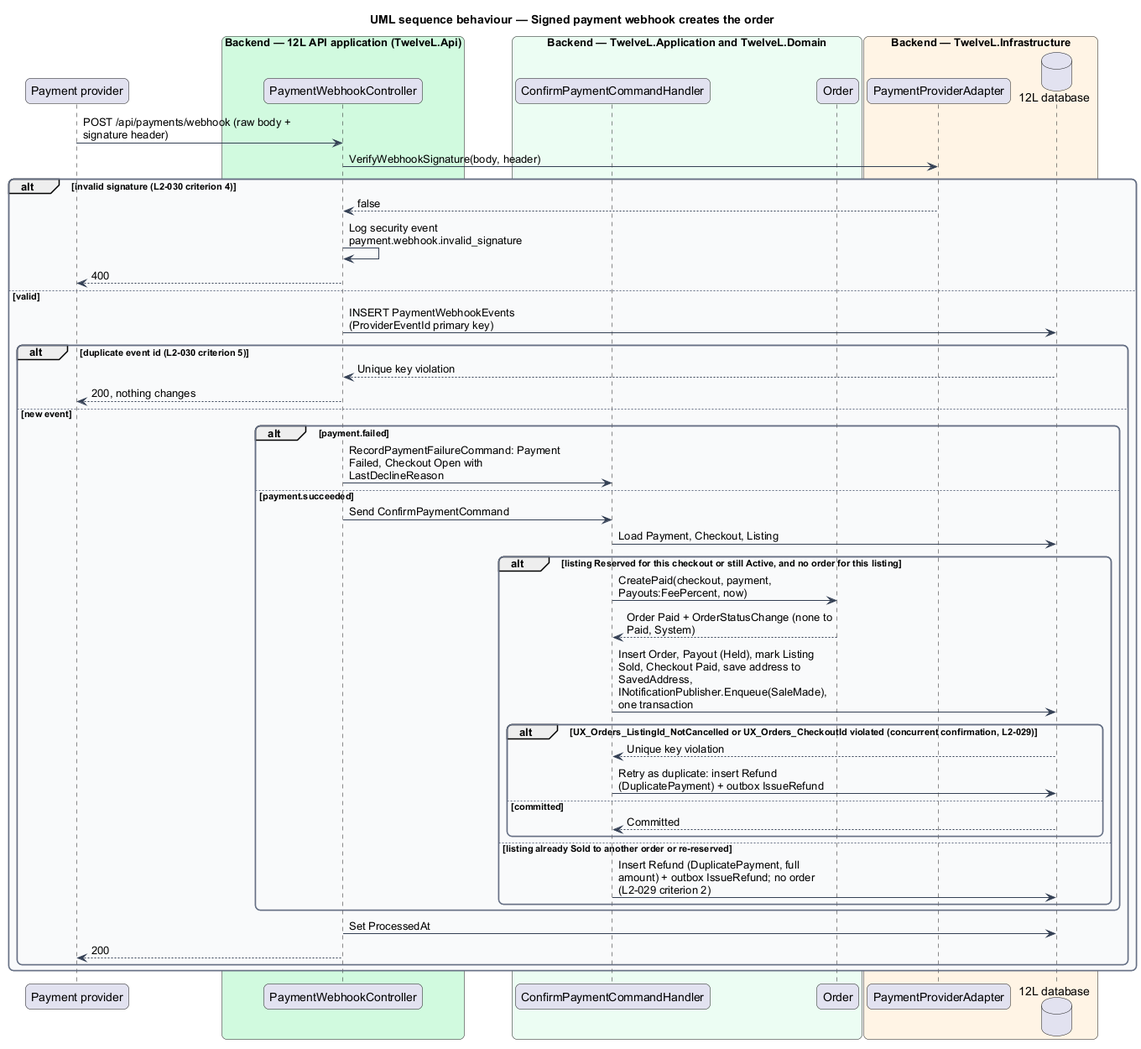
Before: docs/detailed-designs/orders/checkout-and-pay/diagrams/sequence-payment-webhook.png, a diagram exported from PlantUML (QuinntyneBrown/12l). The source it was exported from:
```plantuml
@startuml
title UML sequence behaviour — Signed payment webhook creates the order
skinparam backgroundColor #FFFFFF
skinparam shadowing false
skinparam roundcorner 12
skinparam defaultFontName Arial
skinparam ArrowColor #344054
skinparam rectangle {
  BorderColor #344054
  FontColor #101828
}
skinparam package {
  BorderColor #667085
  FontColor #101828
  BackgroundColor #F9FAFB
}
skinparam sequenceMessageAlign left
skinparam maxMessageSize 260
participant "Payment provider" as pay
box "Backend — 12L API application (TwelveL.Api)" #D1FADF
  participant "PaymentWebhookController" as wh
end box
box "Backend — TwelveL.Application and TwelveL.Domain" #ECFDF3
  participant "ConfirmPaymentCommandHandler" as h
  participant "Order" as order
end box
box "Backend — TwelveL.Infrastructure" #FFF4E5
  participant "PaymentProviderAdapter" as ppa
  database "12L database" as db
end box
pay -> wh : POST /api/payments/webhook (raw body + signature header)
wh -> ppa : VerifyWebhookSignature(body, header)
alt invalid signature (L2-030 criterion 4)
  ppa --> wh : false
  wh -> wh : Log security event payment.webhook.invalid_signature
  wh --> pay : 400
else valid
  wh -> db : INSERT PaymentWebhookEvents (ProviderEventId primary key)
  alt duplicate event id (L2-030 criterion 5)
    db --> wh : Unique key violation
    wh --> pay : 200, nothing changes
  else new event
    alt payment.failed
      wh -> h : RecordPaymentFailureCommand: Payment Failed, Checkout Open with LastDeclineReason
    else payment.succeeded
      wh -> h : Send ConfirmPaymentCommand
      h -> db : Load Payment, Checkout, Listing
      alt listing Reserved for this checkout or still Active, and no order for this listing
        h -> order : CreatePaid(checkout, payment, Payouts:FeePercent, now)
        order --> h : Order Paid + OrderStatusChange (none to Paid, System)
        h -> db : Insert Order, Payout (Held), mark Listing Sold, Checkout Paid, save address to SavedAddress, INotificationPublisher.Enqueue(SaleMade), one transaction
        alt UX_Orders_ListingId_NotCancelled or UX_Orders_CheckoutId violated (concurrent confirmation, L2-029)
          db --> h : Unique key violation
          h -> db : Retry as duplicate: insert Refund (DuplicatePayment) + outbox IssueRefund
        else committed
          db --> h : Committed
        end
      else listing already Sold to another order or re-reserved
        h -> db : Insert Refund (DuplicatePayment, full amount) + outbox IssueRefund; no order (L2-029 criterion 2)
      end
    end
    wh -> db : Set ProcessedAt
    wh --> pay : 200
  end
end
@enduml
```
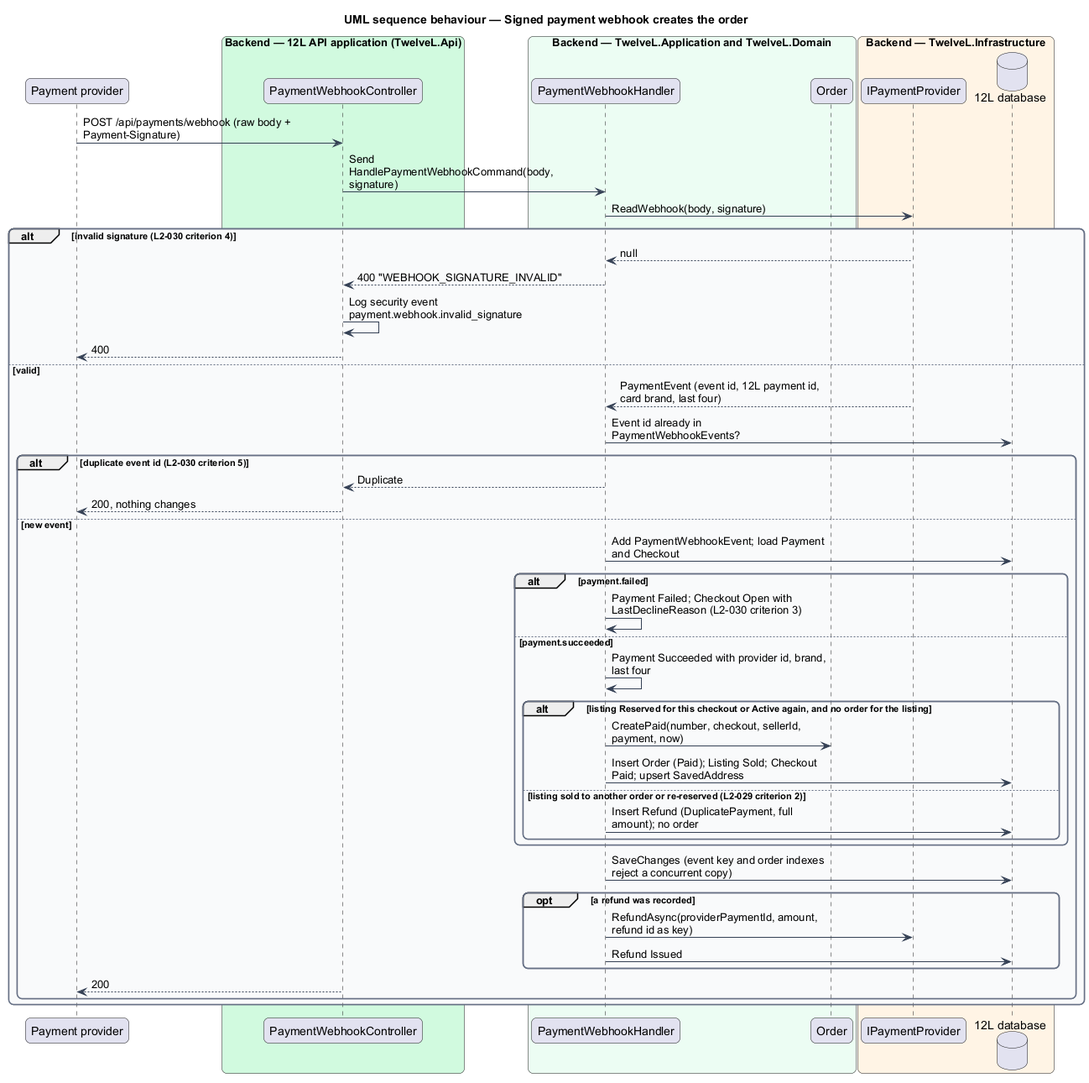
After the commit.

Change to the diagram source:
```diff
@@ -21,45 +21,45 @@
   participant "PaymentWebhookController" as wh
 end box
 box "Backend — TwelveL.Application and TwelveL.Domain" #ECFDF3
-  participant "ConfirmPaymentCommandHandler" as h
+  participant "PaymentWebhookHandler" as h
   participant "Order" as order
 end box
 box "Backend — TwelveL.Infrastructure" #FFF4E5
-  participant "PaymentProviderAdapter" as ppa
+  participant "IPaymentProvider" as ppa
   database "12L database" as db
 end box
-pay -> wh : POST /api/payments/webhook (raw body + signature header)
-wh -> ppa : VerifyWebhookSignature(body, header)
+pay -> wh : POST /api/payments/webhook (raw body + Payment-Signature)
+wh -> h : Send HandlePaymentWebhookCommand(body, signature)
+h -> ppa : ReadWebhook(body, signature)
 alt invalid signature (L2-030 criterion 4)
-  ppa --> wh : false
+  ppa --> h : null
+  h --> wh : 400 "WEBHOOK_SIGNATURE_INVALID"
   wh -> wh : Log security event payment.webhook.invalid_signature
   wh --> pay : 400
 else valid
-  wh -> db : INSERT PaymentWebhookEvents (ProviderEventId primary key)
+  ppa --> h : PaymentEvent (event id, 12L payment id, card brand, last four)
+  h -> db : Event id already in PaymentWebhookEvents?
   alt duplicate event id (L2-030 criterion 5)
-    db --> wh : Unique key violation
+    h --> wh : Duplicate
     wh --> pay : 200, nothing changes
   else new event
+    h -> db : Add PaymentWebhookEvent; load Payment and Checkout
     alt payment.failed
-      wh -> h : RecordPaymentFailureCommand: Payment Failed, Checkout Open with LastDeclineReason
+      h -> h : Payment Failed; Checkout Open with LastDeclineReason (L2-030 criterion 3)
     else payment.succeeded
-      wh -> h : Send ConfirmPaymentCommand
-      h -> db : Load Payment, Checkout, Listing
-      alt listing Reserved for this checkout or still Active, and no order for this listing
-        h -> order : CreatePaid(checkout, payment, Payouts:FeePercent, now)
-        order --> h : Order Paid + OrderStatusChange (none to Paid, System)
-        h -> db : Insert Order, Payout (Held), mark Listing Sold, Checkout Paid, save address to SavedAddress, INotificationPublisher.Enqueue(SaleMade), one transaction
-        alt UX_Orders_ListingId_NotCancelled or UX_Orders_CheckoutId violated (concurrent confirmation, L2-029)
-          db --> h : Unique key violation
-          h -> db : Retry as duplicate: insert Refund (DuplicatePayment) + outbox IssueRefund
-        else committed
-          db --> h : Committed
-        end
-      else listing already Sold to another order or re-reserved
-        h -> db : Insert Refund (DuplicatePayment, full amount) + outbox IssueRefund; no order (L2-029 criterion 2)
+      h -> h : Payment Succeeded with provider id, brand, last four
+      alt listing Reserved for this checkout or Active again, and no order for the listing
+        h -> order : CreatePaid(number, checkout, sellerId, payment, now)
+        h -> db : Insert Order (Paid); Listing Sold; Checkout Paid; upsert SavedAddress
+      else listing sold to another order or re-reserved (L2-029 criterion 2)
+        h -> db : Insert Refund (DuplicatePayment, full amount); no order
       end
     end
-    wh -> db : Set ProcessedAt
+    h -> db : SaveChanges (event key and order indexes reject a concurrent copy)
+    opt a refund was recorded
+      h -> ppa : RefundAsync(providerPaymentId, amount, refund id as key)
+      h -> db : Refund Issued
+    end
     wh --> pay : 200
   end
 end
```
